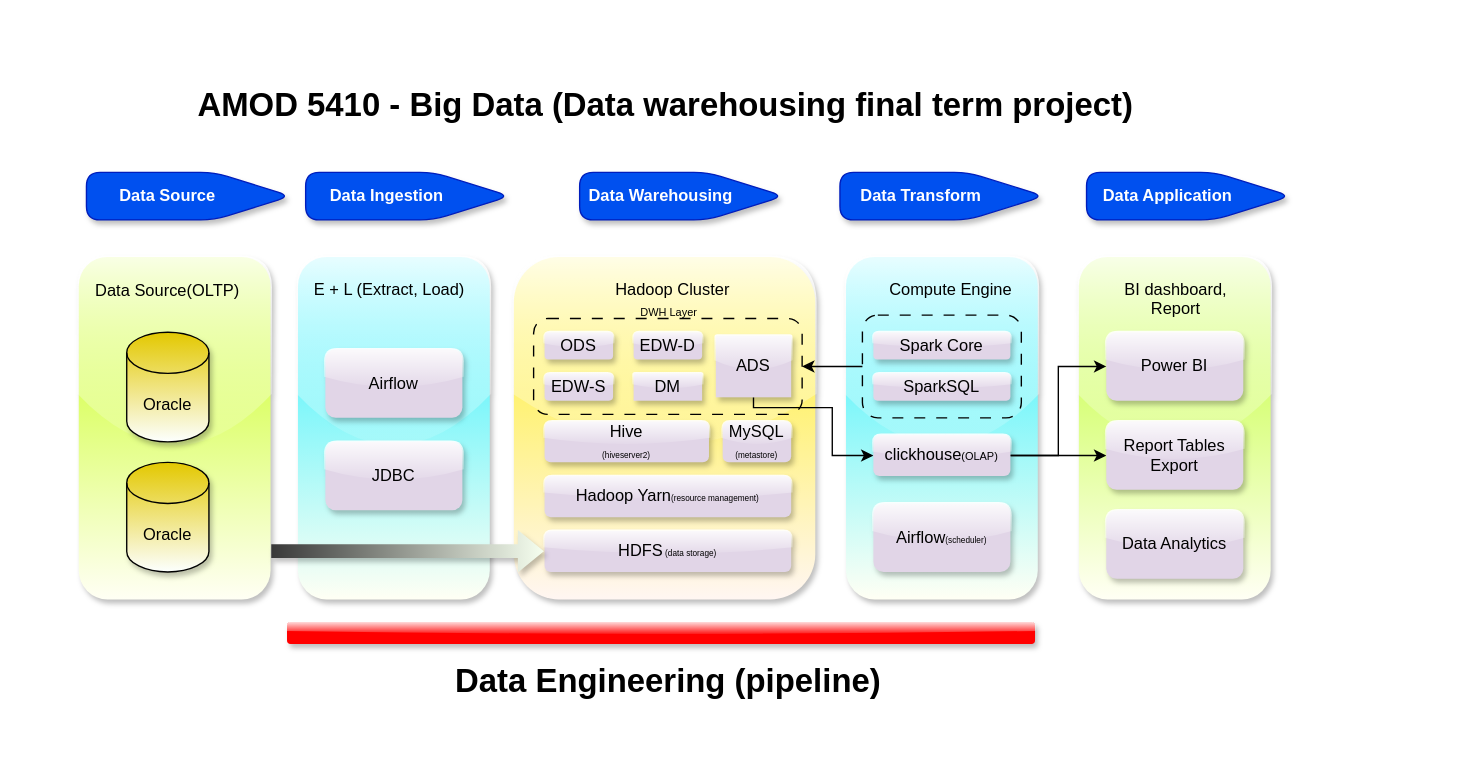
Smars-Bin-Hu/my-draw-io keeps this draw.io diagram as AMOD-5410-tech-architecture 的副本.drawio. Above is the earlier version. Source tidied: cells renumbered, new cells numbered last; positions are measured from the earlier drawing's top-left corner, leaving out a move shared by most shapes. Both pictures are drawn from the tidied source at 137%, with x=0, y=0 at pixel (23, 23). Pictures stored in the file or linked from it are replaced by grey dashed boxes.
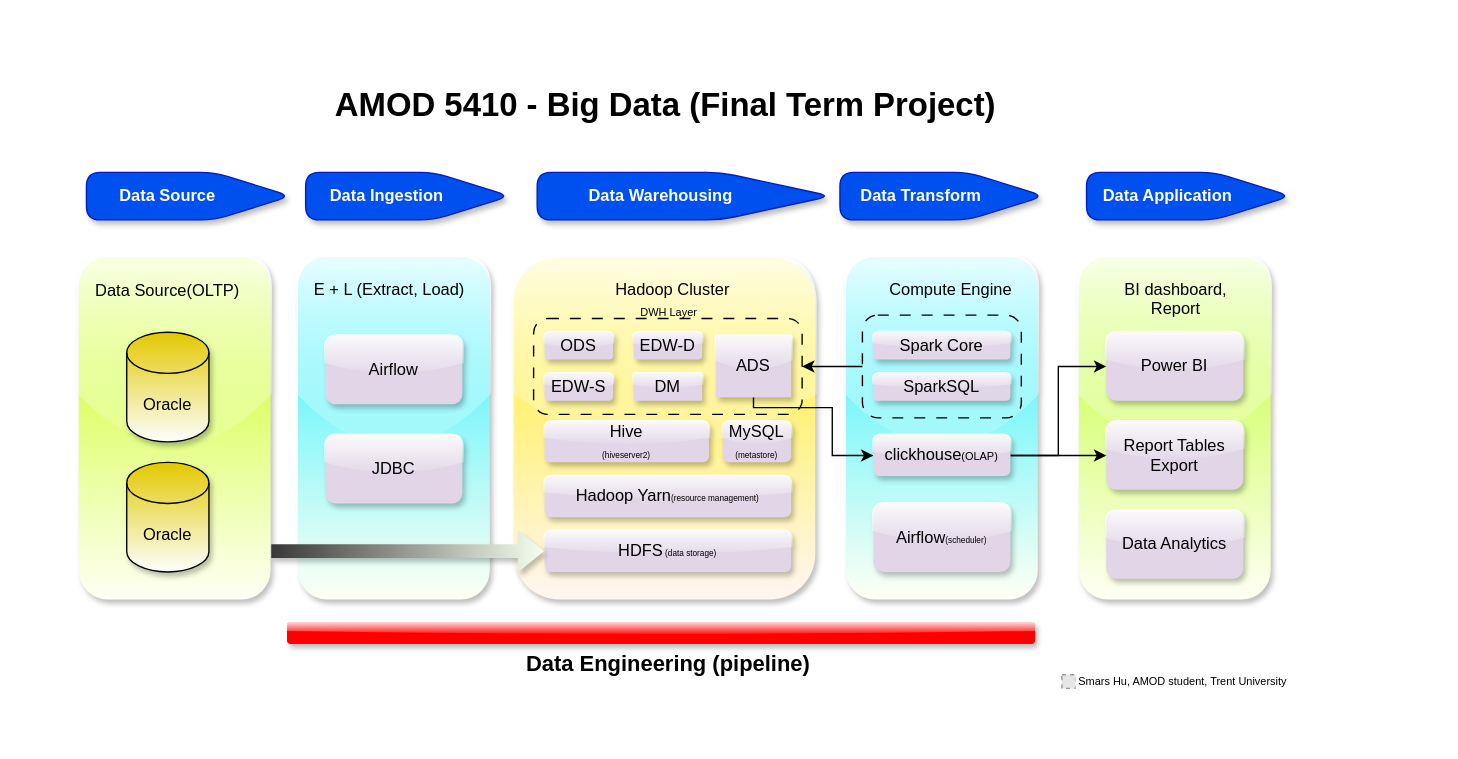
The same page after the edit.

The edit, as a diff of the source:
```diff
@@
     <mxCell id="9" style="shape=offPageConnector;whiteSpace=wrap;html=1;rotation=-90;strokeColor=#001DBC;fillColor=#0050ef;shadow=1;rounded=1;fontColor=#ffffff;" parent="1" vertex="1">
-      <mxGeometry x="462.9" y="51" width="34.7" height="149.3" as="geometry" />
+      <mxGeometry x="464.5" y="18.4" width="34.7" height="214.5" as="geometry" />
     </mxCell>
@@
     <mxCell id="20" value="Airflow" style="rounded=1;whiteSpace=wrap;html=1;fillColor=#e1d5e7;strokeColor=none;glass=1;shadow=1;" parent="1" vertex="1">
-      <mxGeometry x="220" y="237.5" width="100" height="50" as="geometry" />
+      <mxGeometry x="220" y="227.5" width="100" height="50" as="geometry" />
     </mxCell>
     <mxCell id="21" value="JDBC" style="rounded=1;whiteSpace=wrap;html=1;fillColor=#e1d5e7;strokeColor=none;glass=1;shadow=1;" parent="1" vertex="1">
-      <mxGeometry x="220" y="305" width="100" height="50" as="geometry" />
+      <mxGeometry x="220" y="300" width="100" height="50" as="geometry" />
     </mxCell>
@@
-    <mxCell id="43" value="AMOD 5410 - Big Data (Data warehousing final term project)" style="text;strokeColor=none;fillColor=none;html=1;fontSize=24;fontStyle=1;verticalAlign=middle;align=center;" parent="1" vertex="1">
+    <mxCell id="43" value="AMOD 5410 - Big Data (Final Term Project)" style="text;strokeColor=none;fillColor=none;html=1;fontSize=24;fontStyle=1;verticalAlign=middle;align=center;" parent="1" vertex="1">
       <mxGeometry x="418" y="40" width="100" height="40" as="geometry" />
     </mxCell>
@@
-    <mxCell id="54" value="Data Engineering (pipeline)" style="text;strokeColor=none;fillColor=none;html=1;fontSize=24;fontStyle=1;verticalAlign=middle;align=center;" parent="1" vertex="1">
-      <mxGeometry x="420" y="460" width="100" height="40" as="geometry" />
+    <mxCell id="54" value="&lt;font style=&quot;font-size: 16px;&quot;&gt;Data Engineering (pipeline)&lt;/font&gt;" style="text;strokeColor=none;fillColor=none;html=1;fontSize=24;fontStyle=1;verticalAlign=middle;align=center;" parent="1" vertex="1">
+      <mxGeometry x="420" y="445" width="100" height="40" as="geometry" />
     </mxCell>
+    <mxCell id="55" style="fillColor=#E6E6E6;strokeColor=#999999;dashed=1;html=1;verticalAlign=top;verticalLabelPosition=bottom;labelBackgroundColor=#ffffff;" parent="1" vertex="1">
+      <mxGeometry x="757.6" y="475" width="10" height="10" as="geometry" />
+    </mxCell>
+    <mxCell id="56" value="&lt;div style=&quot;text-align: center;&quot;&gt;&lt;span style=&quot;background-color: transparent; color: light-dark(rgb(0, 0, 0), rgb(255, 255, 255));&quot;&gt;&lt;font style=&quot;font-size: 8px;&quot;&gt;Smars Hu, AMOD student, Trent University&lt;/font&gt;&lt;/span&gt;&lt;/div&gt;" style="text;whiteSpace=wrap;html=1;fillColor=default;" parent="1" vertex="1">
+      <mxGeometry x="767.6" y="465" width="262.4" height="30" as="geometry" />
+    </mxCell>
```
